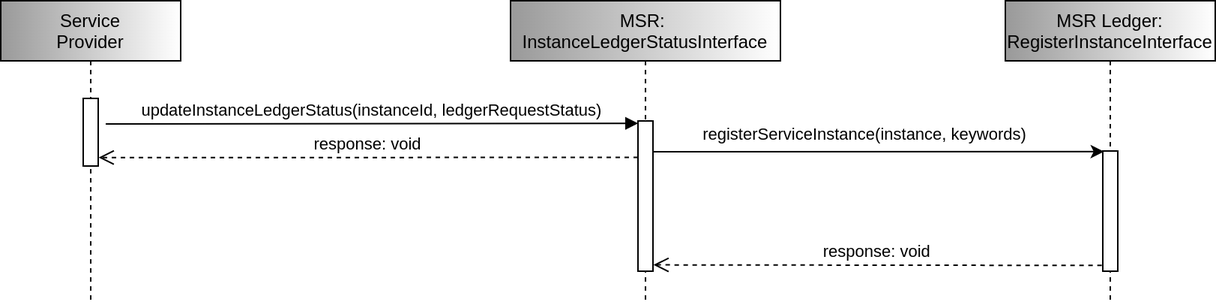
The draw.io diagram materials/instanceledgerstatusintseqdiagram.drawio.png in maritimeconnectivity/g1128-msr-service-specification, before a commit. Source tidied: cells renumbered, new cells last; positions are measured from the earlier drawing's top-left corner, leaving out a move shared by most shapes.
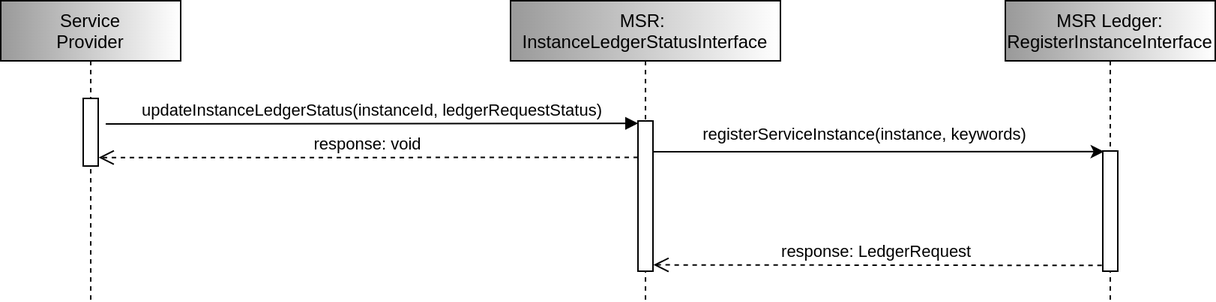
The same file after the commit.

Diff of the diagram source:
```diff
@@ -31,7 +31,7 @@
     <mxCell id="10" value="registerServiceInstance(instance, keywords)" style="rounded=0;jettySize=auto;html=1;entryX=0.086;entryY=0.005;entryDx=0;entryDy=0;entryPerimeter=0;exitX=1;exitY=0.205;exitDx=0;exitDy=0;exitPerimeter=0;" parent="1" edge="1" source="5" target="9">
       <mxGeometry x="-0.06" y="11" relative="1" as="geometry" />
     </mxCell>
-    <mxCell id="11" value="response: void" style="verticalAlign=bottom;endArrow=open;dashed=1;endSize=8;exitX=-0.067;exitY=0.952;shadow=0;strokeWidth=1;exitDx=0;exitDy=0;exitPerimeter=0;entryX=1.033;entryY=0.958;entryDx=0;entryDy=0;entryPerimeter=0;" parent="1" edge="1" source="9" target="5">
+    <mxCell id="11" value="response: LedgerRequest" style="verticalAlign=bottom;endArrow=open;dashed=1;endSize=8;exitX=-0.067;exitY=0.952;shadow=0;strokeWidth=1;exitDx=0;exitDy=0;exitPerimeter=0;entryX=1.033;entryY=0.958;entryDx=0;entryDy=0;entryPerimeter=0;" parent="1" edge="1" source="9" target="5">
       <mxGeometry relative="1" as="geometry" />
     </mxCell>
   </root>
```
